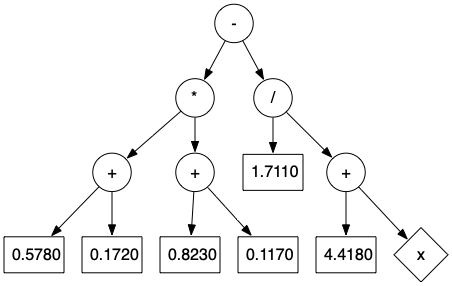
The Graphviz diagram dots/dotfile.dot.png in xmickos/Differentiator, before a commit. Its source is kept beside it as dots/dotfile.dot.
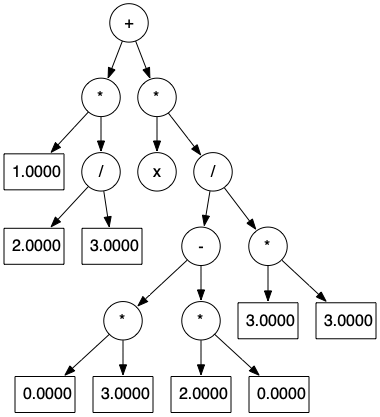
Later version of the same file.

Change to the diagram source:
```diff
@@ -10,7 +10,7 @@
 edge [ ];
 
 "0/0"[
-	label = "-"
+	label = "+"
 	shape=circle
 ];
 
@@ -22,80 +22,122 @@
 "0/0" -> "0/1"
 
 "128/1"[
-	label = "/"
+	label = "*"
 	shape=circle
 ];
 
 "0/0" -> "128/1"
 
 "0/2"[
-	label = "+"
-	shape=circle
+	label = "{<f0> 1.0000}"
+	shape=record
 ];
 
 "0/1" -> "0/2"
 
 "64/2"[
-	label = "+"
+	label = "/"
 	shape=circle
 ];
 
 "0/1" -> "64/2"
 
-"0/3"[
-	label = "{<f0> 0.5780}"
-	shape=record
-];
-
-"0/2" -> "0/3"
-
-"32/3"[
-	label = "{<f0> 0.1720}"
-	shape=record
-];
-
-"0/2" -> "32/3"
-
 "64/3"[
-	label = "{<f0> 0.8230}"
+	label = "{<f0> 2.0000}"
 	shape=record
 ];
 
 "64/2" -> "64/3"
 
 "96/3"[
-	label = "{<f0> 0.1170}"
+	label = "{<f0> 3.0000}"
 	shape=record
 ];
 
 "64/2" -> "96/3"
 
 "128/2"[
-	label = "{<f0> 1.7110}"
-	shape=record
+	label = "x"
+	shape=circle
 ];
 
 "128/1" -> "128/2"
 
 "192/2"[
-	label = "+"
+	label = "/"
 	shape=circle
 ];
 
 "128/1" -> "192/2"
 
 "192/3"[
-	label = "{<f0> 4.4180}"
-	shape=record
+	label = "-"
+	shape=circle
 ];
 
 "192/2" -> "192/3"
 
 "224/3"[
-	label = "x"
-	shape=diamond
+	label = "*"
+	shape=circle
 ];
 
 "192/2" -> "224/3"
 
+"192/4"[
+	label = "*"
+	shape=circle
+];
+
+"192/3" -> "192/4"
+
+"208/4"[
+	label = "*"
+	shape=circle
+];
+
+"192/3" -> "208/4"
+
+"192/5"[
+	label = "{<f0> 0.0000}"
+	shape=record
+];
+
+"192/4" -> "192/5"
+
+"200/5"[
+	label = "{<f0> 3.0000}"
+	shape=record
+];
+
+"192/4" -> "200/5"
+
+"208/5"[
+	label = "{<f0> 2.0000}"
+	shape=record
+];
+
+"208/4" -> "208/5"
+
+"216/5"[
+	label = "{<f0> 0.0000}"
+	shape=record
+];
+
+"208/4" -> "216/5"
+
+"224/4"[
+	label = "{<f0> 3.0000}"
+	shape=record
+];
+
+"224/3" -> "224/4"
+
+"240/4"[
+	label = "{<f0> 3.0000}"
+	shape=record
+];
+
+"224/3" -> "240/4"
+
 }
```
